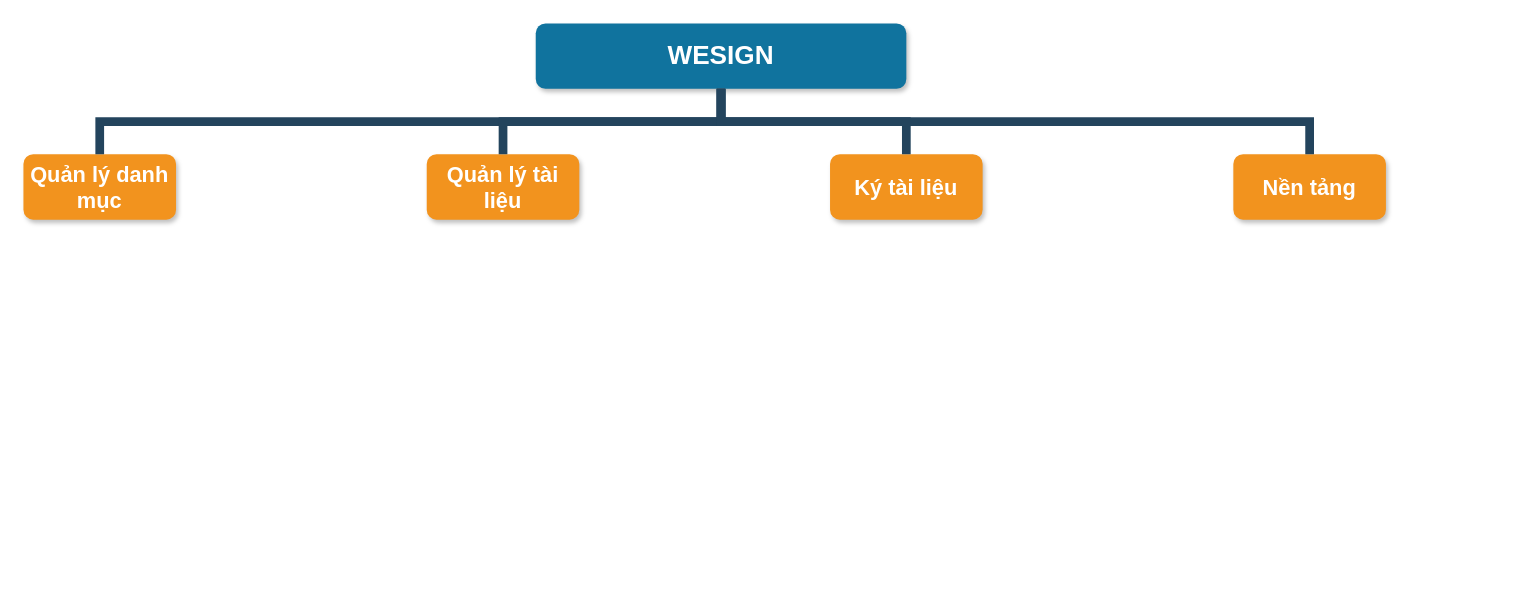
This is FeatureWeSign.drawio from thangmt1997/app_sales, a draw.io file, before an edit. Source tidied: cells renumbered, new cells numbered last; positions are measured from the earlier drawing's top-left corner, leaving out a move shared by most shapes. Both pictures are drawn from the tidied source at 109%, with x=0, y=0 at pixel (23, 23).
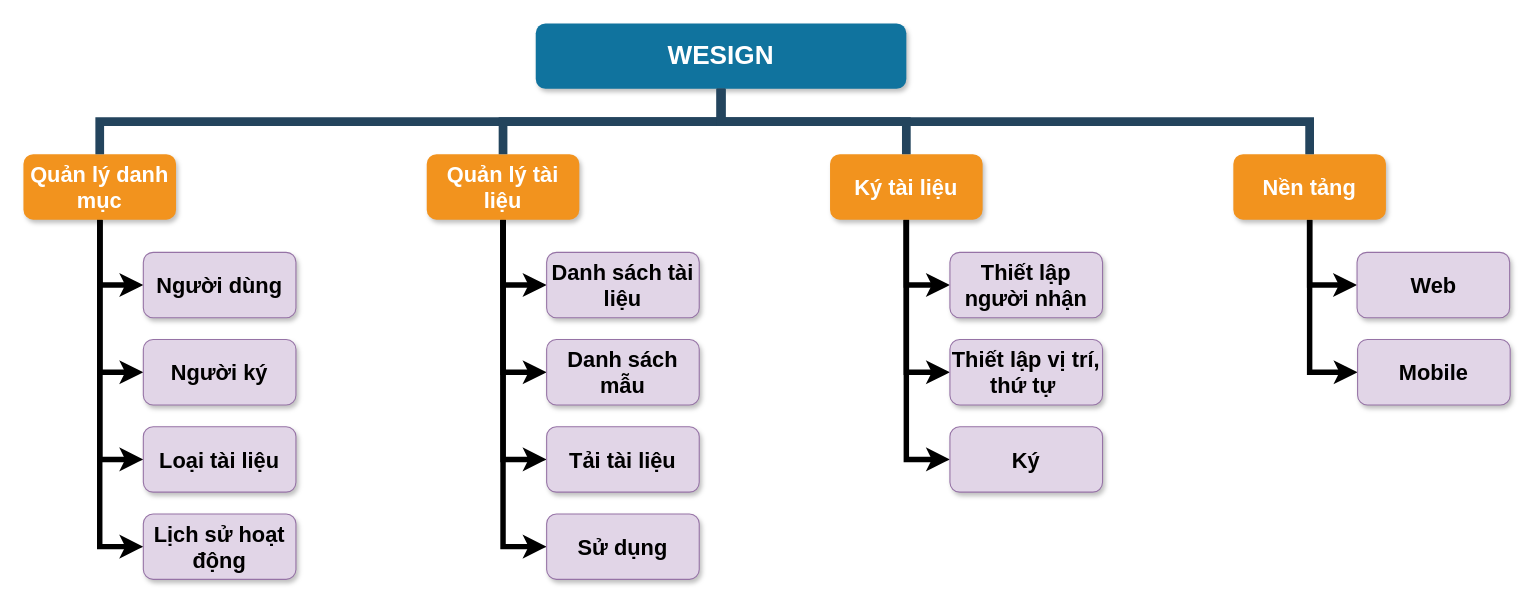
Above is the later version.

The change refers to these unchanged cells:
```xml
<mxCell id="3" value="Quản lý danh mục" style="whiteSpace=wrap;rounded=1;fillColor=#F2931E;strokeColor=none;shadow=1;fontColor=#FFFFFF;fontStyle=1;fontSize=20;" parent="1" vertex="1">
  <mxGeometry y="120" width="140" height="60" as="geometry" />
</mxCell>
<mxCell id="4" value="Quản lý tài liệu" style="whiteSpace=wrap;rounded=1;fillColor=#F2931E;strokeColor=none;shadow=1;fontColor=#FFFFFF;fontStyle=1;fontSize=20;" parent="1" vertex="1">
  <mxGeometry x="370" y="120" width="140" height="60" as="geometry" />
</mxCell>
<mxCell id="5" value="Ký tài liệu" style="whiteSpace=wrap;rounded=1;fillColor=#F2931E;strokeColor=none;shadow=1;fontColor=#FFFFFF;fontStyle=1;fontSize=20;" parent="1" vertex="1">
  <mxGeometry x="740" y="120" width="140" height="60" as="geometry" />
</mxCell>
<mxCell id="6" value="Nền tảng" style="whiteSpace=wrap;rounded=1;fillColor=#F2931E;strokeColor=none;shadow=1;fontColor=#FFFFFF;fontStyle=1;fontSize=20;" parent="1" vertex="1">
  <mxGeometry x="1110" y="120" width="140" height="60" as="geometry" />
</mxCell>
```

The edit, as a diff of the source:
```diff
@@
+    <mxCell id="11" style="edgeStyle=orthogonalEdgeStyle;rounded=0;jettySize=auto;html=1;entryX=0;entryY=0.5;entryDx=0;entryDy=0;fontSize=20;strokeWidth=5;" parent="1" edge="1" source="3" target="24">
+      <mxGeometry relative="1" as="geometry" />
+    </mxCell>
+    <mxCell id="12" style="edgeStyle=orthogonalEdgeStyle;rounded=0;jettySize=auto;html=1;entryX=0;entryY=0.5;entryDx=0;entryDy=0;fontSize=20;strokeWidth=5;" parent="1" edge="1" source="3" target="25">
+      <mxGeometry relative="1" as="geometry" />
+    </mxCell>
+    <mxCell id="13" style="edgeStyle=orthogonalEdgeStyle;rounded=0;jettySize=auto;html=1;entryX=0;entryY=0.5;entryDx=0;entryDy=0;fontSize=20;strokeWidth=5;" parent="1" edge="1" source="3" target="26">
+      <mxGeometry relative="1" as="geometry" />
+    </mxCell>
+    <mxCell id="14" style="edgeStyle=orthogonalEdgeStyle;rounded=0;jettySize=auto;html=1;entryX=0;entryY=0.5;entryDx=0;entryDy=0;fontSize=20;strokeWidth=5;" parent="1" edge="1" source="3" target="30">
+      <mxGeometry relative="1" as="geometry" />
+    </mxCell>
@@
+    <mxCell id="15" style="edgeStyle=orthogonalEdgeStyle;rounded=0;jettySize=auto;html=1;entryX=0;entryY=0.5;entryDx=0;entryDy=0;fontSize=20;strokeWidth=5;" parent="1" edge="1" source="4" target="27">
+      <mxGeometry relative="1" as="geometry" />
+    </mxCell>
+    <mxCell id="16" style="edgeStyle=orthogonalEdgeStyle;rounded=0;jettySize=auto;html=1;entryX=0;entryY=0.5;entryDx=0;entryDy=0;fontSize=20;strokeWidth=5;" parent="1" edge="1" source="4" target="28">
+      <mxGeometry relative="1" as="geometry" />
+    </mxCell>
+    <mxCell id="17" style="edgeStyle=orthogonalEdgeStyle;rounded=0;jettySize=auto;html=1;entryX=0;entryY=0.5;entryDx=0;entryDy=0;fontSize=20;strokeWidth=5;" parent="1" edge="1" source="4" target="29">
+      <mxGeometry relative="1" as="geometry" />
+    </mxCell>
+    <mxCell id="18" style="edgeStyle=orthogonalEdgeStyle;rounded=0;jettySize=auto;html=1;entryX=0;entryY=0.5;entryDx=0;entryDy=0;fontSize=20;strokeWidth=5;" parent="1" edge="1" source="4" target="31">
+      <mxGeometry relative="1" as="geometry" />
+    </mxCell>
@@
+    <mxCell id="19" style="edgeStyle=orthogonalEdgeStyle;rounded=0;jettySize=auto;html=1;entryX=0;entryY=0.5;entryDx=0;entryDy=0;fontSize=20;strokeWidth=5;" parent="1" edge="1" source="5" target="32">
+      <mxGeometry relative="1" as="geometry" />
+    </mxCell>
+    <mxCell id="20" style="edgeStyle=orthogonalEdgeStyle;rounded=0;jettySize=auto;html=1;entryX=0;entryY=0.5;entryDx=0;entryDy=0;fontSize=20;strokeWidth=5;" parent="1" edge="1" source="5" target="33">
+      <mxGeometry relative="1" as="geometry" />
+    </mxCell>
+    <mxCell id="21" style="edgeStyle=orthogonalEdgeStyle;rounded=0;jettySize=auto;html=1;entryX=0;entryY=0.5;entryDx=0;entryDy=0;fontSize=20;strokeWidth=5;" parent="1" edge="1" source="5" target="34">
+      <mxGeometry relative="1" as="geometry" />
+    </mxCell>
@@
+    <mxCell id="22" style="edgeStyle=orthogonalEdgeStyle;rounded=0;jettySize=auto;html=1;entryX=0;entryY=0.5;entryDx=0;entryDy=0;fontSize=20;strokeWidth=5;" parent="1" edge="1" source="6" target="35">
+      <mxGeometry relative="1" as="geometry" />
+    </mxCell>
+    <mxCell id="23" style="edgeStyle=orthogonalEdgeStyle;rounded=0;jettySize=auto;html=1;entryX=0;entryY=0.5;entryDx=0;entryDy=0;fontSize=20;strokeWidth=5;" parent="1" edge="1" source="6" target="36">
+      <mxGeometry relative="1" as="geometry" />
+    </mxCell>
@@
+    <mxCell id="24" value="Người dùng" style="whiteSpace=wrap;rounded=1;fillColor=#e1d5e7;strokeColor=#9673a6;shadow=1;fontStyle=1;fontSize=20;" parent="1" vertex="1">
+      <mxGeometry x="110" y="210" width="140" height="60" as="geometry" />
+    </mxCell>
+    <mxCell id="25" value="Người ký" style="whiteSpace=wrap;rounded=1;fillColor=#e1d5e7;strokeColor=#9673a6;shadow=1;fontStyle=1;fontSize=20;" parent="1" vertex="1">
+      <mxGeometry x="110" y="290" width="140" height="60" as="geometry" />
+    </mxCell>
+    <mxCell id="26" value="Loại tài liệu" style="whiteSpace=wrap;rounded=1;fillColor=#e1d5e7;strokeColor=#9673a6;shadow=1;fontStyle=1;fontSize=20;" parent="1" vertex="1">
+      <mxGeometry x="110" y="370" width="140" height="60" as="geometry" />
+    </mxCell>
+    <mxCell id="27" value="Danh sách tài liệu" style="whiteSpace=wrap;rounded=1;fillColor=#e1d5e7;strokeColor=#9673a6;shadow=1;fontStyle=1;fontSize=20;" parent="1" vertex="1">
+      <mxGeometry x="480" y="210" width="140" height="60" as="geometry" />
+    </mxCell>
+    <mxCell id="28" value="Danh sách mẫu" style="whiteSpace=wrap;rounded=1;fillColor=#e1d5e7;strokeColor=#9673a6;shadow=1;fontStyle=1;fontSize=20;" parent="1" vertex="1">
+      <mxGeometry x="480" y="290" width="140" height="60" as="geometry" />
+    </mxCell>
+    <mxCell id="29" value="Tải tài liệu" style="whiteSpace=wrap;rounded=1;fillColor=#e1d5e7;strokeColor=#9673a6;shadow=1;fontStyle=1;fontSize=20;" parent="1" vertex="1">
+      <mxGeometry x="480" y="370" width="140" height="60" as="geometry" />
+    </mxCell>
+    <mxCell id="30" value="Lịch sử hoạt động" style="whiteSpace=wrap;rounded=1;fillColor=#e1d5e7;strokeColor=#9673a6;shadow=1;fontStyle=1;fontSize=20;" parent="1" vertex="1">
+      <mxGeometry x="110" y="450" width="140" height="60" as="geometry" />
+    </mxCell>
+    <mxCell id="31" value="Sử dụng" style="whiteSpace=wrap;rounded=1;fillColor=#e1d5e7;strokeColor=#9673a6;shadow=1;fontStyle=1;fontSize=20;" parent="1" vertex="1">
+      <mxGeometry x="480" y="450" width="140" height="60" as="geometry" />
+    </mxCell>
+    <mxCell id="32" value="Thiết lập người nhận" style="whiteSpace=wrap;rounded=1;fillColor=#e1d5e7;strokeColor=#9673a6;shadow=1;fontStyle=1;fontSize=20;" parent="1" vertex="1">
+      <mxGeometry x="850" y="210" width="140" height="60" as="geometry" />
+    </mxCell>
+    <mxCell id="33" value="Thiết lập vị trí, thứ tự " style="whiteSpace=wrap;rounded=1;fillColor=#e1d5e7;strokeColor=#9673a6;shadow=1;fontStyle=1;fontSize=20;" parent="1" vertex="1">
+      <mxGeometry x="850" y="290" width="140" height="60" as="geometry" />
+    </mxCell>
+    <mxCell id="34" value="Ký" style="whiteSpace=wrap;rounded=1;fillColor=#e1d5e7;strokeColor=#9673a6;shadow=1;fontStyle=1;fontSize=20;" parent="1" vertex="1">
+      <mxGeometry x="850" y="370" width="140" height="60" as="geometry" />
+    </mxCell>
+    <mxCell id="35" value="Web" style="whiteSpace=wrap;rounded=1;fillColor=#e1d5e7;strokeColor=#9673a6;shadow=1;fontStyle=1;fontSize=20;" parent="1" vertex="1">
+      <mxGeometry x="1223.5" y="210" width="140" height="60" as="geometry" />
+    </mxCell>
+    <mxCell id="36" value="Mobile" style="whiteSpace=wrap;rounded=1;fillColor=#e1d5e7;strokeColor=#9673a6;shadow=1;fontStyle=1;fontSize=20;" parent="1" vertex="1">
+      <mxGeometry x="1224" y="290" width="140" height="60" as="geometry" />
+    </mxCell>
```
